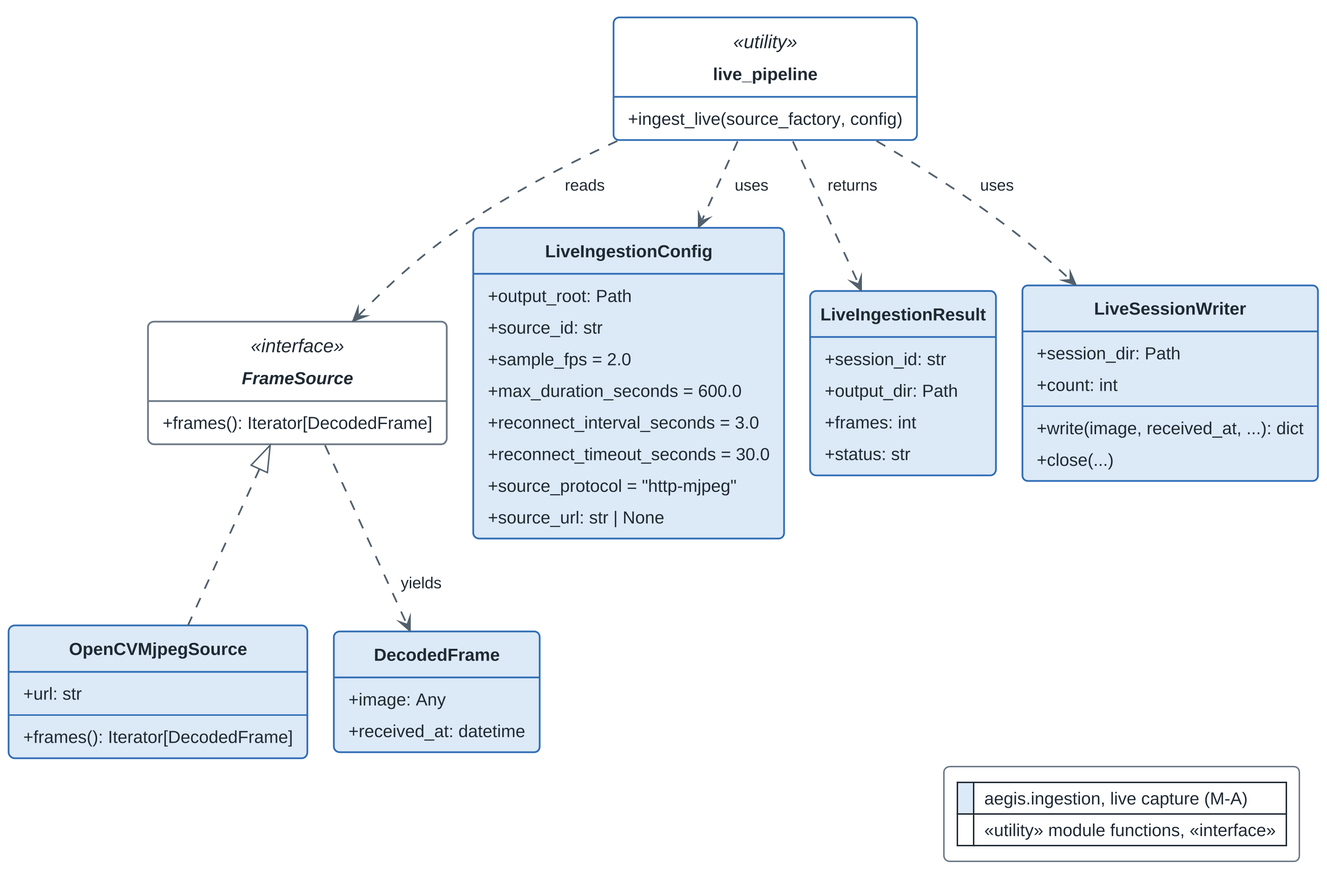
This is fyp1FinalReport/ThesisFigs/ch6-class-live.png from fez-Ox/aegis, a PlantUML export, as it was before one commit. The source it was exported from:
```plantuml
@startuml ch6-class-live
!include _aegis_style.iuml
!include _aegis_class.iuml
skinparam class<<utility>> {
  BackgroundColor #FFFFFF
  BorderColor $MA_BORDER
}

interface FrameSource <<interface>> {
  +frames(): Iterator[DecodedFrame]
}
class OpenCVMjpegSource <<capture>> {
  +url: str
  --
  +frames(): Iterator[DecodedFrame]
}
class DecodedFrame <<capture>> {
  +image: Any
  +received_at: datetime
}
class "live_pipeline" as LP <<utility>> {
  +ingest_live(source_factory, config)
}
class LiveIngestionConfig <<capture>> {
  +output_root: Path
  +source_id: str
  +sample_fps = 2.0
  +max_duration_seconds = 600.0
  +reconnect_interval_seconds = 3.0
  +reconnect_timeout_seconds = 30.0
  +source_protocol = "http-mjpeg"
  +source_url: str | None
}
class LiveIngestionResult <<capture>> {
  +session_id: str
  +output_dir: Path
  +frames: int
  +status: str
}
class LiveSessionWriter <<capture>> {
  +session_dir: Path
  +count: int
  --
  +write(image, received_at, ...): dict
  +close(...)
}

FrameSource <|.. OpenCVMjpegSource
FrameSource ..> DecodedFrame : yields
LP ..> FrameSource : reads
LP ..> LiveIngestionConfig : uses
LP ..> LiveSessionWriter : uses
LP ..> LiveIngestionResult : returns

legend bottom right
  |<#DCE9F7> | aegis.ingestion, live capture (M-A) |
  |<#FFFFFF> | «utility» module functions, «interface» |
endlegend
@enduml
```
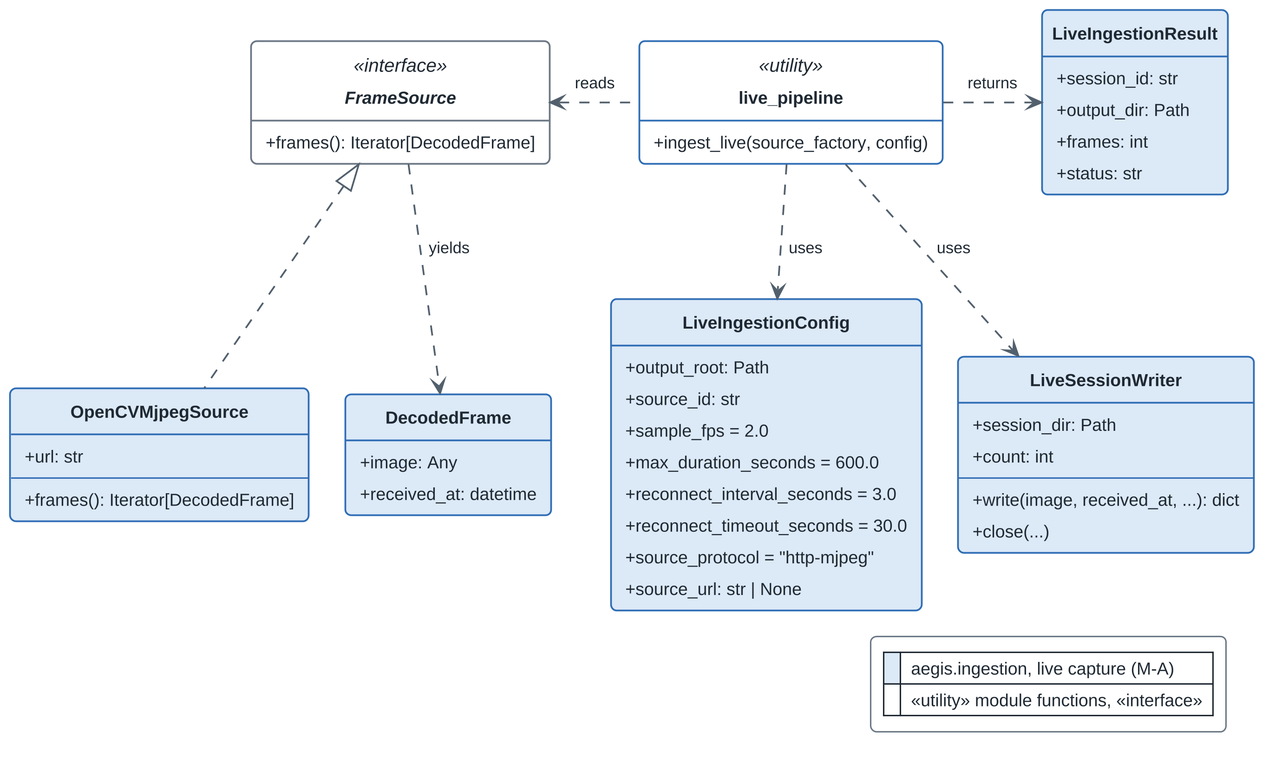
After the commit.

Diff of the diagram source:
```diff
@@ -47,10 +47,10 @@
 
 FrameSource <|.. OpenCVMjpegSource
 FrameSource ..> DecodedFrame : yields
-LP ..> FrameSource : reads
+FrameSource <.right. LP : reads
 LP ..> LiveIngestionConfig : uses
 LP ..> LiveSessionWriter : uses
-LP ..> LiveIngestionResult : returns
+LP .right.> LiveIngestionResult : returns
 
 legend bottom right
   |<#DCE9F7> | aegis.ingestion, live capture (M-A) |
```
